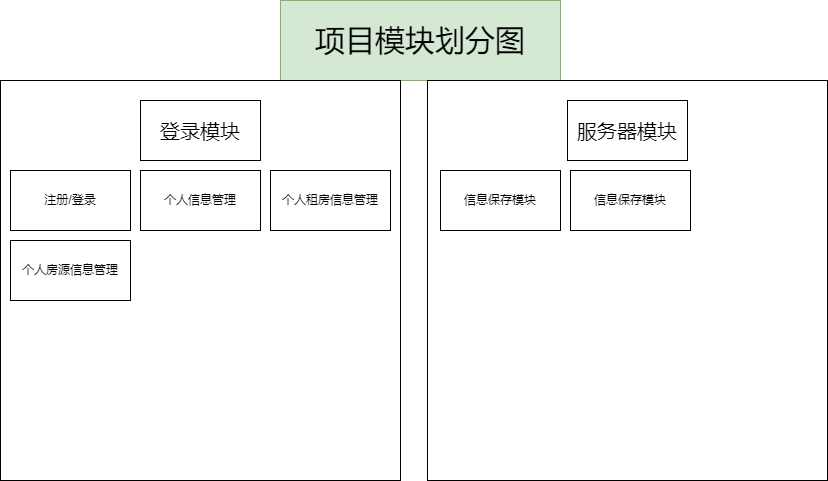
1228785484/RentHouseThing keeps this draw.io diagram as Plans/项目模块划分图.png. Above is the earlier version. Source tidied: cells renumbered, new cells last; positions are measured from the earlier drawing's top-left corner, leaving out a move shared by most shapes.
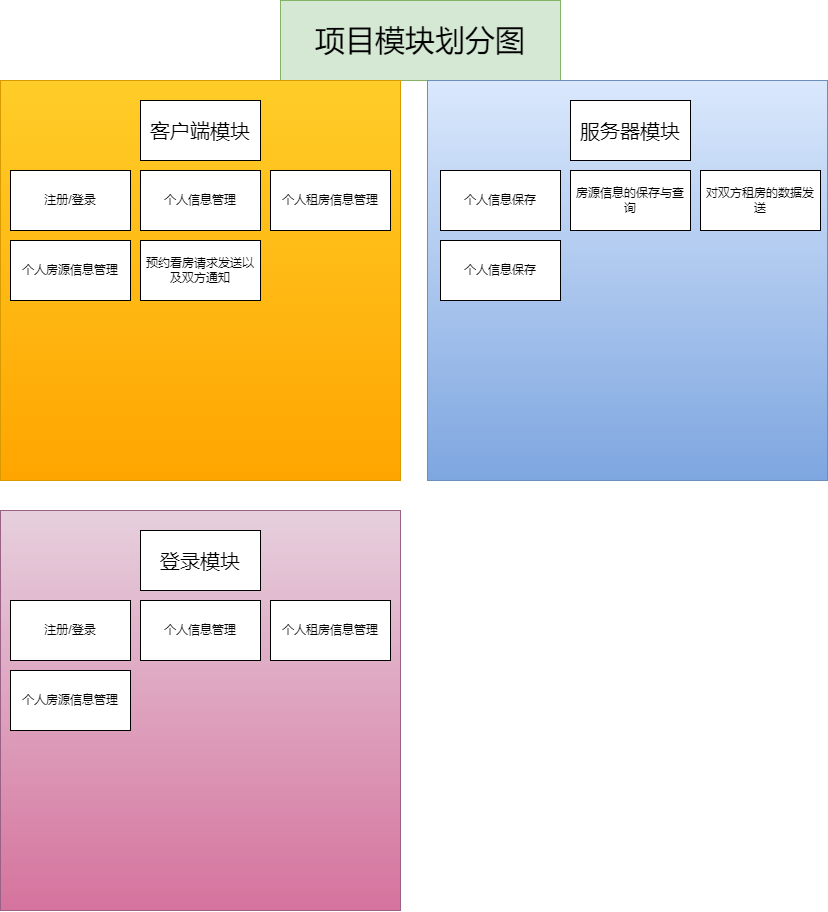
After the commit.

Commit message:
更新项目模块划分图.png

The edit, as a diff of the source:
```diff
@@ -5,13 +5,13 @@
     <mxCell id="2" value="&lt;font style=&quot;font-size: 30px;&quot;&gt;项目模块划分图&lt;/font&gt;" style="rounded=0;whiteSpace=wrap;html=1;fillColor=#d5e8d4;strokeColor=#82b366;" parent="1" vertex="1">
       <mxGeometry x="280" width="280" height="80" as="geometry" />
     </mxCell>
-    <mxCell id="3" style="group;" parent="1" vertex="1">
+    <mxCell id="3" style="group;fillColor=#d5e8d4;gradientColor=#97d077;strokeColor=#82b366;" parent="1" vertex="1">
       <mxGeometry y="80" width="400" height="400" as="geometry" />
     </mxCell>
-    <mxCell id="4" style="whiteSpace=wrap;html=1;" parent="3" vertex="1">
+    <mxCell id="4" style="whiteSpace=wrap;html=1;fillColor=#ffcd28;gradientColor=#ffa500;strokeColor=#d79b00;" parent="3" vertex="1">
       <mxGeometry width="400" height="400" as="geometry" />
     </mxCell>
-    <mxCell id="5" value="&lt;font style=&quot;font-size: 20px;&quot;&gt;登录模块&lt;/font&gt;" style="rounded=0;whiteSpace=wrap;html=1;" parent="3" vertex="1">
+    <mxCell id="5" value="&lt;font style=&quot;font-size: 20px;&quot;&gt;客户端模块&lt;/font&gt;" style="rounded=0;whiteSpace=wrap;html=1;" parent="3" vertex="1">
       <mxGeometry x="140" y="20" width="120" height="60" as="geometry" />
     </mxCell>
     <mxCell id="6" value="注册/登录" style="rounded=0;whiteSpace=wrap;html=1;" parent="3" vertex="1">
@@ -26,20 +26,50 @@
     <mxCell id="9" value="个人房源信息管理" style="rounded=0;whiteSpace=wrap;html=1;" parent="3" vertex="1">
       <mxGeometry x="10" y="160" width="120" height="60" as="geometry" />
     </mxCell>
+    <mxCell id="15" value="预约看房请求发送以及双方通知" style="rounded=0;whiteSpace=wrap;html=1;" parent="3" vertex="1">
+      <mxGeometry x="140" y="160" width="120" height="60" as="geometry" />
+    </mxCell>
-    <mxCell id="10" style="group;" parent="1" vertex="1">
+    <mxCell id="10" style="group;fillColor=#dae8fc;strokeColor=#6c8ebf;" parent="1" vertex="1">
       <mxGeometry x="427" y="80" width="400" height="400" as="geometry" />
     </mxCell>
-    <mxCell id="11" style="whiteSpace=wrap;html=1;" parent="10" vertex="1">
+    <mxCell id="11" style="whiteSpace=wrap;html=1;fillColor=#dae8fc;strokeColor=#6c8ebf;gradientColor=#7ea6e0;" parent="10" vertex="1">
       <mxGeometry width="400" height="400" as="geometry" />
     </mxCell>
     <mxCell id="12" value="&lt;font style=&quot;font-size: 20px;&quot;&gt;服务器模块&lt;/font&gt;" style="rounded=0;whiteSpace=wrap;html=1;" parent="10" vertex="1">
-      <mxGeometry x="140" y="20" width="120" height="60" as="geometry" />
+      <mxGeometry x="143" y="20" width="120" height="60" as="geometry" />
     </mxCell>
-    <mxCell id="13" value="信息保存模块" style="rounded=0;whiteSpace=wrap;html=1;" parent="10" vertex="1">
+    <mxCell id="13" value="个人信息保存" style="rounded=0;whiteSpace=wrap;html=1;" parent="10" vertex="1">
       <mxGeometry x="13" y="90" width="120" height="60" as="geometry" />
     </mxCell>
-    <mxCell id="14" value="信息保存模块" style="rounded=0;whiteSpace=wrap;html=1;" parent="10" vertex="1">
+    <mxCell id="14" value="房源信息的保存与查询" style="rounded=0;whiteSpace=wrap;html=1;" parent="10" vertex="1">
       <mxGeometry x="143" y="90" width="120" height="60" as="geometry" />
     </mxCell>
+    <mxCell id="16" value="个人信息保存" style="rounded=0;whiteSpace=wrap;html=1;" parent="10" vertex="1">
+      <mxGeometry x="13" y="160" width="120" height="60" as="geometry" />
+    </mxCell>
+    <mxCell id="17" value="对双方租房的数据发送" style="rounded=0;whiteSpace=wrap;html=1;" parent="10" vertex="1">
+      <mxGeometry x="273" y="90" width="120" height="60" as="geometry" />
+    </mxCell>
+    <mxCell id="18" style="group;" parent="1" vertex="1">
+      <mxGeometry y="510" width="400" height="400" as="geometry" />
+    </mxCell>
+    <mxCell id="19" style="whiteSpace=wrap;html=1;fillColor=#e6d0de;gradientColor=#d5739d;strokeColor=#996185;" parent="18" vertex="1">
+      <mxGeometry width="400" height="400" as="geometry" />
+    </mxCell>
+    <mxCell id="20" value="&lt;font style=&quot;font-size: 20px;&quot;&gt;登录模块&lt;/font&gt;" style="rounded=0;whiteSpace=wrap;html=1;" parent="18" vertex="1">
+      <mxGeometry x="140" y="20" width="120" height="60" as="geometry" />
+    </mxCell>
+    <mxCell id="21" value="注册/登录" style="rounded=0;whiteSpace=wrap;html=1;" parent="18" vertex="1">
+      <mxGeometry x="10" y="90" width="120" height="60" as="geometry" />
+    </mxCell>
+    <mxCell id="22" value="个人信息管理" style="rounded=0;whiteSpace=wrap;html=1;" parent="18" vertex="1">
+      <mxGeometry x="140" y="90" width="120" height="60" as="geometry" />
+    </mxCell>
+    <mxCell id="23" value="个人租房信息管理" style="rounded=0;whiteSpace=wrap;html=1;" parent="18" vertex="1">
+      <mxGeometry x="270" y="90" width="120" height="60" as="geometry" />
+    </mxCell>
+    <mxCell id="24" value="个人房源信息管理" style="rounded=0;whiteSpace=wrap;html=1;" parent="18" vertex="1">
+      <mxGeometry x="10" y="160" width="120" height="60" as="geometry" />
+    </mxCell>
   </root>
 </mxGraphModel>
```
